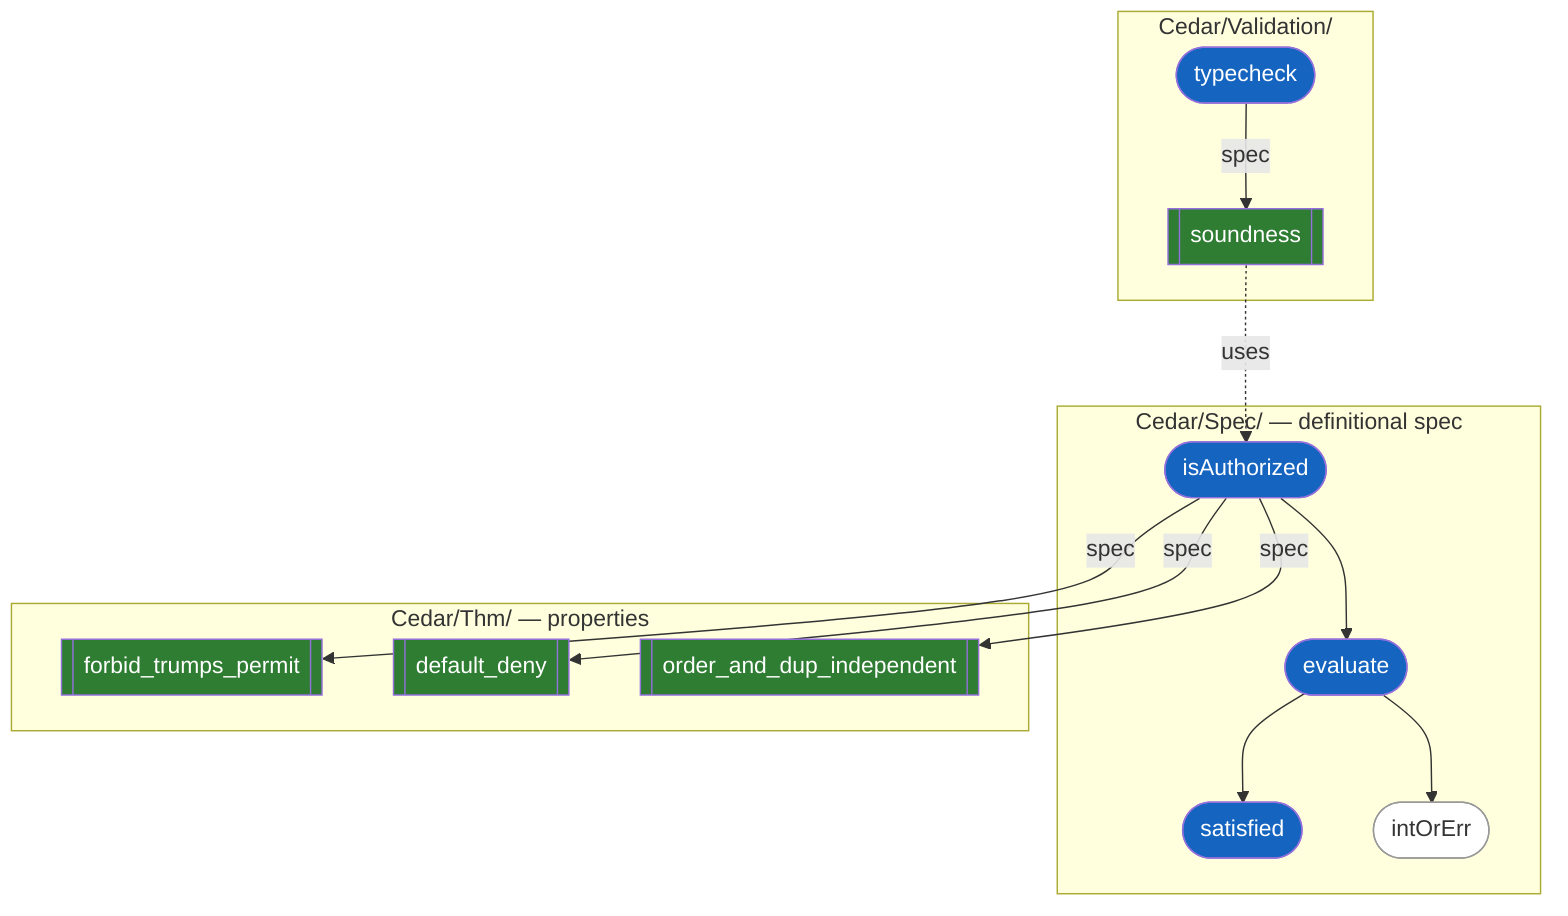
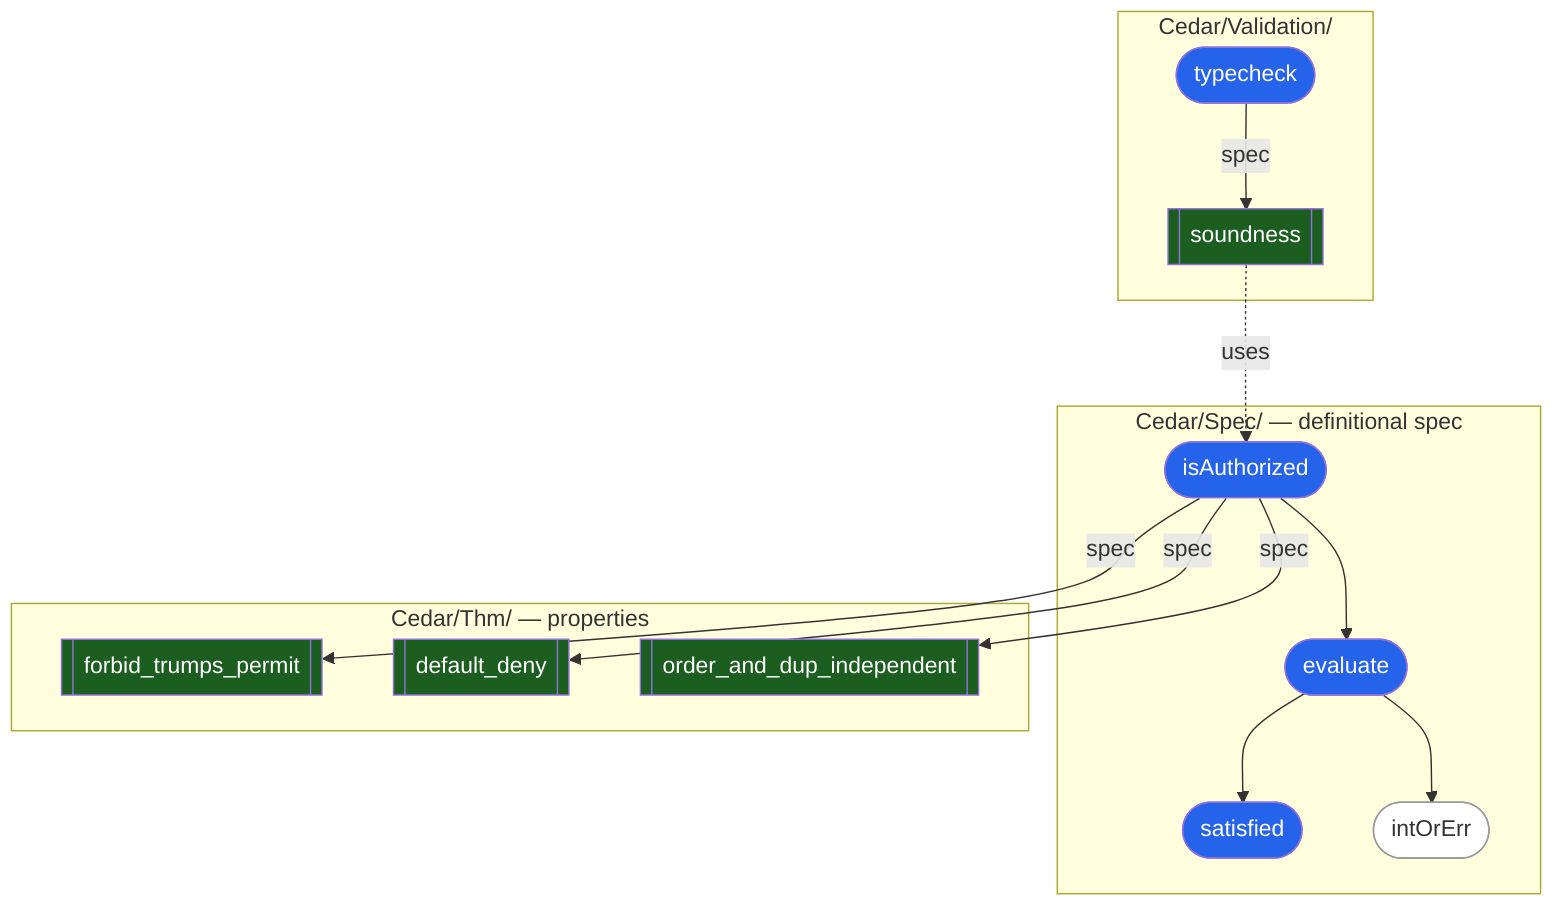
flowchart TD
    subgraph spec ["Cedar/Spec/ — definitional spec"]
-         d1(["isAuthorized"]):::darkBlue
-         d2(["evaluate"]):::darkBlue
-         d3(["satisfied"]):::darkBlue
+         d1(["isAuthorized"]):::blue
+         d2(["evaluate"]):::blue
+         d3(["satisfied"]):::blue
        d4(["intOrErr"]):::white
    end
    subgraph thm ["Cedar/Thm/ — properties"]
        t1[["forbid_trumps_permit"]]:::darkGreen
        t2[["default_deny"]]:::darkGreen
        t3[["order_and_dup_independent"]]:::darkGreen
    end
    subgraph validation ["Cedar/Validation/"]
-         v1(["typecheck"]):::darkBlue
+         v1(["typecheck"]):::blue
        v2[["soundness"]]:::darkGreen
    end
    d1 -->|spec| t1
    d1 -->|spec| t2
    d1 -->|spec| t3
    d1 --> d2
    d2 --> d3
    d2 --> d4
    v1 -->|spec| v2
    v2 -.->|uses| d1
    classDef white fill:#fff,color:#333,stroke:#999
-     classDef darkBlue fill:#1565c0,color:#fff
-     classDef darkGreen fill:#2e7d32,color:#fff
+     classDef blue fill:#2563EB,color:#fff
+     classDef darkGreen fill:#1B5E20,color:#fff
